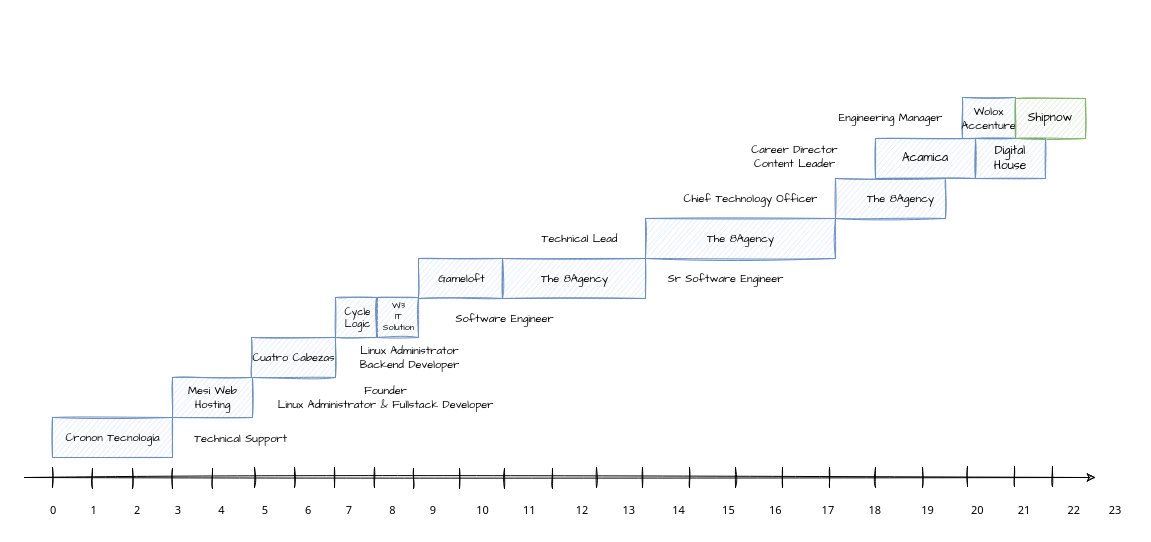
Before: images/daniel_segovia_carrer_draw_io.drawio in frenchita/danielsegovia, a draw.io diagram. Source tidied: cells renumbered, new cells numbered last; positions are measured from the earlier drawing's top-left corner, leaving out a move shared by most shapes. Both pictures are drawn from the tidied source at 100%, with x=0, y=0 at pixel (24, 97).
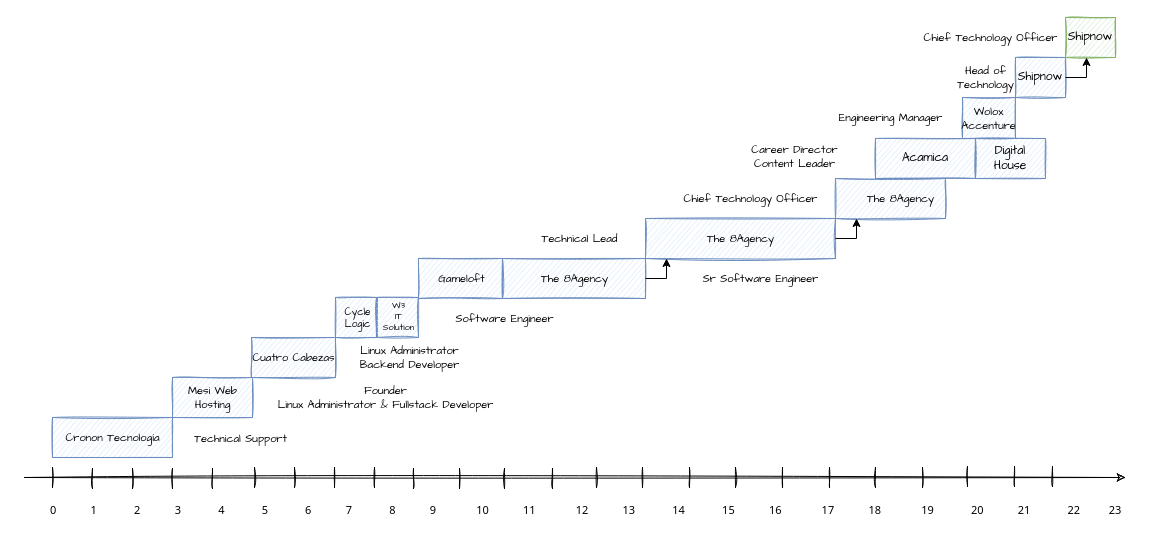
After the change.

Commit message (it also covers changes not shown here):
cambio de graficos

What changed in the source:
```diff
@@
     <mxCell id="2" style="endArrow=classic;html=1;rounded=0;sketch=1;" parent="1" edge="1">
       <mxGeometry relative="1" as="geometry">
         <mxPoint y="380" as="sourcePoint" />
-        <mxPoint x="1071" y="380" as="targetPoint" />
+        <mxPoint x="1101" y="380" as="targetPoint" />
       </mxGeometry>
     </mxCell>
@@
     <mxCell id="45" value="Sr Software Engineer" style="text;html=1;align=center;verticalAlign=middle;strokeColor=none;fillColor=none;fontFamily=Comic Sans MS;spacing=2;fontSize=11;" parent="1" vertex="1">
-      <mxGeometry x="636" y="171" width="130" height="20" as="geometry" />
+      <mxGeometry x="671" y="171" width="130" height="20" as="geometry" />
     </mxCell>
@@
-    <mxCell id="57" value="Shipnow" style="rounded=0;whiteSpace=wrap;html=1;imageAspect=1;shadow=0;sketch=1;fillStyle=hachure;fillColor=#d5e8d4;strokeColor=#82b366;fontFamily=Comic Sans MS;" parent="1" vertex="1">
-      <mxGeometry x="991" y="1" width="70" height="40" as="geometry" />
+    <mxCell id="57" value="Shipnow" style="rounded=0;whiteSpace=wrap;html=1;imageAspect=1;shadow=0;sketch=1;fillStyle=hachure;fillColor=#dae8fc;strokeColor=#6c8ebf;fontFamily=Comic Sans MS;" parent="1" vertex="1">
+      <mxGeometry x="991" y="-40" width="50" height="40" as="geometry" />
     </mxCell>
@@
+    <mxCell id="59" value="Head of &lt;br&gt;Technology" style="text;html=1;align=center;verticalAlign=middle;strokeColor=none;fillColor=none;fontFamily=Comic Sans MS;spacing=2;fontSize=11;" parent="1" vertex="1">
+      <mxGeometry x="921" y="-40" width="80" height="40" as="geometry" />
+    </mxCell>
+    <mxCell id="60" value="Shipnow" style="rounded=0;whiteSpace=wrap;html=1;imageAspect=1;shadow=0;sketch=1;fillStyle=hachure;fillColor=#d5e8d4;strokeColor=#82b366;fontFamily=Comic Sans MS;" parent="1" vertex="1">
+      <mxGeometry x="1041" y="-80" width="50" height="40" as="geometry" />
+    </mxCell>
+    <mxCell id="61" value="Chief Technology Officer" style="text;html=1;align=center;verticalAlign=middle;strokeColor=none;fillColor=none;fontFamily=Comic Sans MS;spacing=2;fontSize=11;" parent="1" vertex="1">
+      <mxGeometry x="891" y="-70" width="150" height="20" as="geometry" />
+    </mxCell>
+    <mxCell id="62" style="endArrow=none;html=1;rounded=0;" parent="1" edge="1">
+      <mxGeometry relative="1" as="geometry">
+        <mxPoint x="621" y="181" as="sourcePoint" />
+        <mxPoint x="642" y="181" as="targetPoint" />
+      </mxGeometry>
+    </mxCell>
+    <mxCell id="63" style="endArrow=classic;html=1;rounded=0;" parent="1" edge="1">
+      <mxGeometry relative="1" as="geometry">
+        <mxPoint x="642" y="181" as="sourcePoint" />
+        <mxPoint x="642" y="161" as="targetPoint" />
+      </mxGeometry>
+    </mxCell>
+    <mxCell id="64" style="endArrow=none;html=1;rounded=0;" parent="1" edge="1">
+      <mxGeometry relative="1" as="geometry">
+        <mxPoint x="811" y="141" as="sourcePoint" />
+        <mxPoint x="832" y="141" as="targetPoint" />
+      </mxGeometry>
+    </mxCell>
+    <mxCell id="65" style="endArrow=classic;html=1;rounded=0;" parent="1" edge="1">
+      <mxGeometry relative="1" as="geometry">
+        <mxPoint x="832" y="141" as="sourcePoint" />
+        <mxPoint x="832" y="121" as="targetPoint" />
+      </mxGeometry>
+    </mxCell>
+    <mxCell id="66" style="endArrow=none;html=1;rounded=0;" parent="1" edge="1">
+      <mxGeometry relative="1" as="geometry">
+        <mxPoint x="1041" y="-20" as="sourcePoint" />
+        <mxPoint x="1062" y="-20" as="targetPoint" />
+      </mxGeometry>
+    </mxCell>
+    <mxCell id="67" style="endArrow=classic;html=1;rounded=0;" parent="1" edge="1">
+      <mxGeometry relative="1" as="geometry">
+        <mxPoint x="1062" y="-20" as="sourcePoint" />
+        <mxPoint x="1062" y="-40" as="targetPoint" />
+      </mxGeometry>
+    </mxCell>
```
